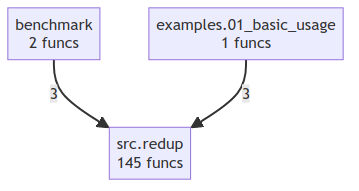
Before: project/compact_flow.png, a diagram exported from Mermaid (semcod/redup). Its source is kept beside it as project/compact_flow.mmd.
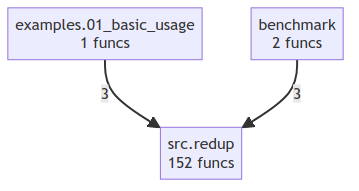
After the change.

Diff of the diagram source:
```diff
@@ -1,6 +1,6 @@
 flowchart TD
     benchmark["benchmark<br/>2 funcs"]
     examples_01_basic_usage["examples.01_basic_usage<br/>1 funcs"]
-    src_redup["src.redup<br/>145 funcs"]
+    src_redup["src.redup<br/>152 funcs"]
+    examples_01_basic_usage -->|3| src_redup
     benchmark -->|3| src_redup
-    examples_01_basic_usage -->|3| src_redup
```
